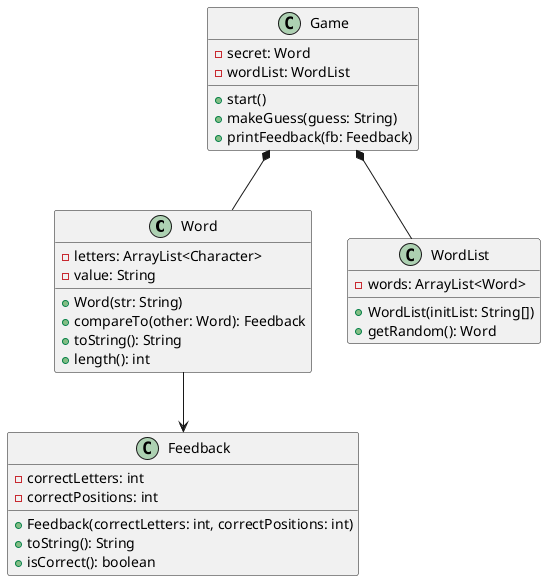
Before: docs/class_diagram.png, a diagram exported from PlantUML (DeaconSteiner/cosc-3011_word_game).
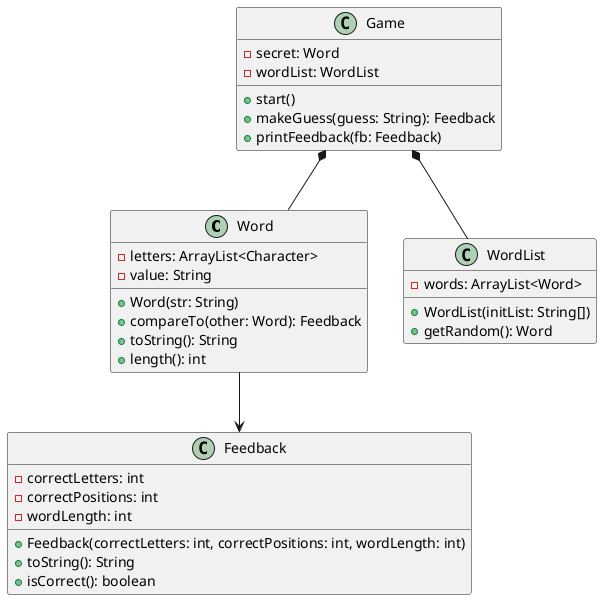
The same file after the commit.

Diff of the diagram source:
```diff
@@ -11,7 +11,8 @@
 class Feedback {
 	-correctLetters: int
 	-correctPositions: int
-	+Feedback(correctLetters: int, correctPositions: int)
+	-wordLength: int
+	+Feedback(correctLetters: int, correctPositions: int, wordLength: int)
 	+toString(): String
 	+isCorrect(): boolean
 }
@@ -26,7 +27,7 @@
 	-secret: Word
 	-wordList: WordList
 	+start()
-	+makeGuess(guess: String)
+	+makeGuess(guess: String): Feedback
 	+printFeedback(fb: Feedback)
 }
 
```
